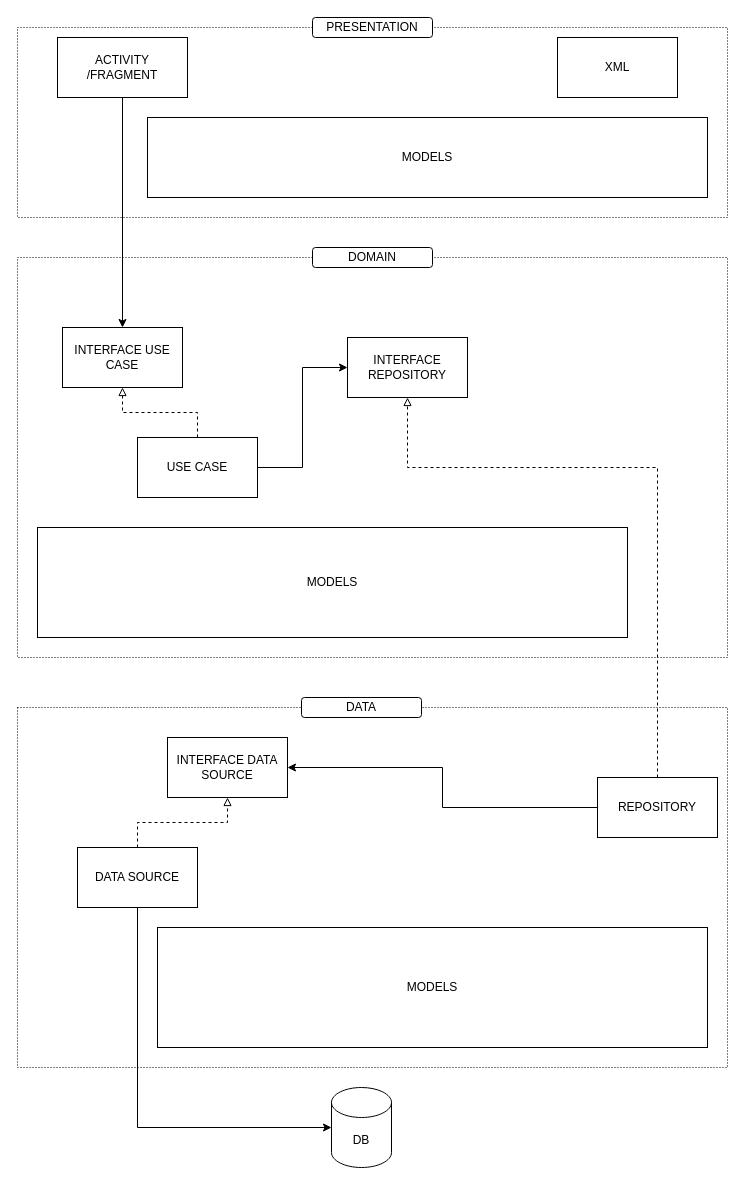
Above: Diagrama sin título.drawio in cocudo/University (draw.io), before the change. Source tidied: cells renumbered, new cells numbered last; positions are measured from the earlier drawing's top-left corner, leaving out a move shared by most shapes. Both pictures are drawn from the tidied source at 100%, with x=0, y=0 at pixel (17, 17).
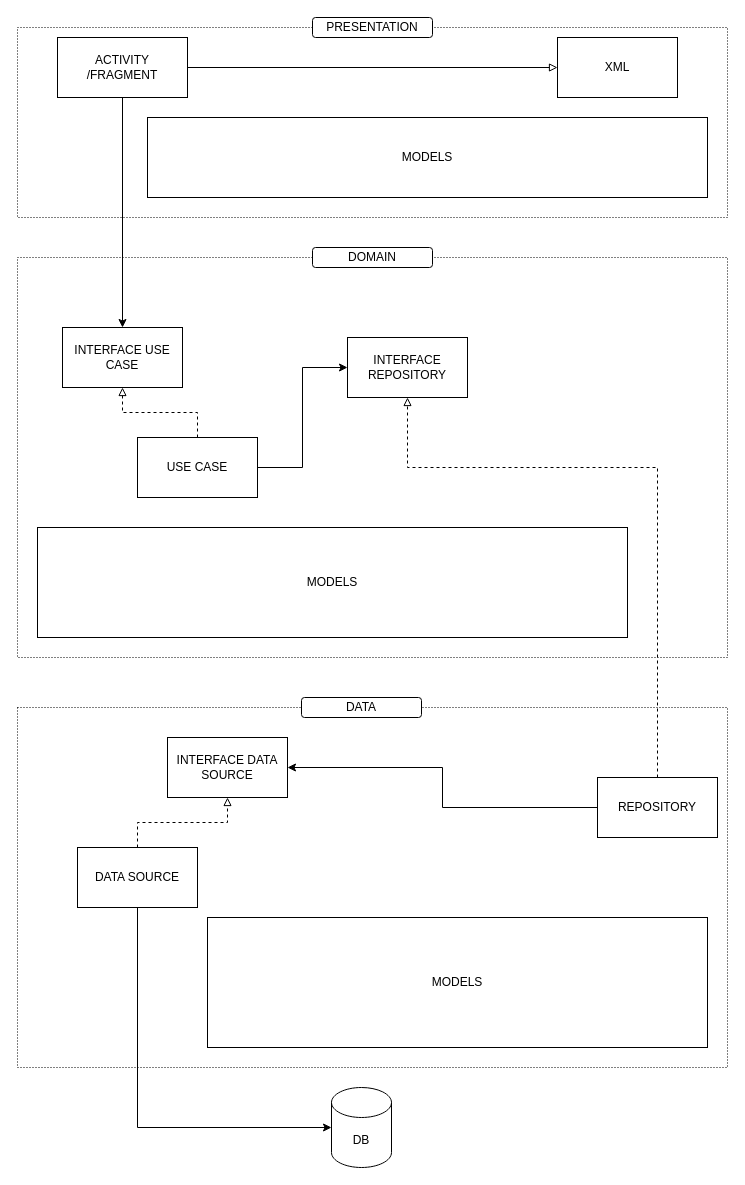
After the change.

Unchanged cells that the change refers to:
```xml
<mxCell id="6" value="XML" style="rounded=0;whiteSpace=wrap;html=1;" parent="1" vertex="1">
  <mxGeometry x="540" y="20" width="120" height="60" as="geometry" />
</mxCell>
<mxCell id="9" value="ACTIVITY&lt;br&gt;/FRAGMENT" style="rounded=0;whiteSpace=wrap;html=1;" parent="1" vertex="1">
  <mxGeometry x="40" y="20" width="130" height="60" as="geometry" />
</mxCell>
```

What changed in the source:
```diff
@@
+    <mxCell id="27" style="edgeStyle=orthogonalEdgeStyle;rounded=0;jettySize=auto;html=1;strokeWidth=1;endArrow=block;endFill=0;" parent="1" edge="1" source="9" target="6">
+      <mxGeometry relative="1" as="geometry" />
+    </mxCell>
@@
     <mxCell id="18" value="MODELS" style="rounded=0;whiteSpace=wrap;html=1;" parent="1" vertex="1">
-      <mxGeometry x="140" y="910" width="550" height="120" as="geometry" />
+      <mxGeometry x="190" y="900" width="500" height="130" as="geometry" />
     </mxCell>
```
